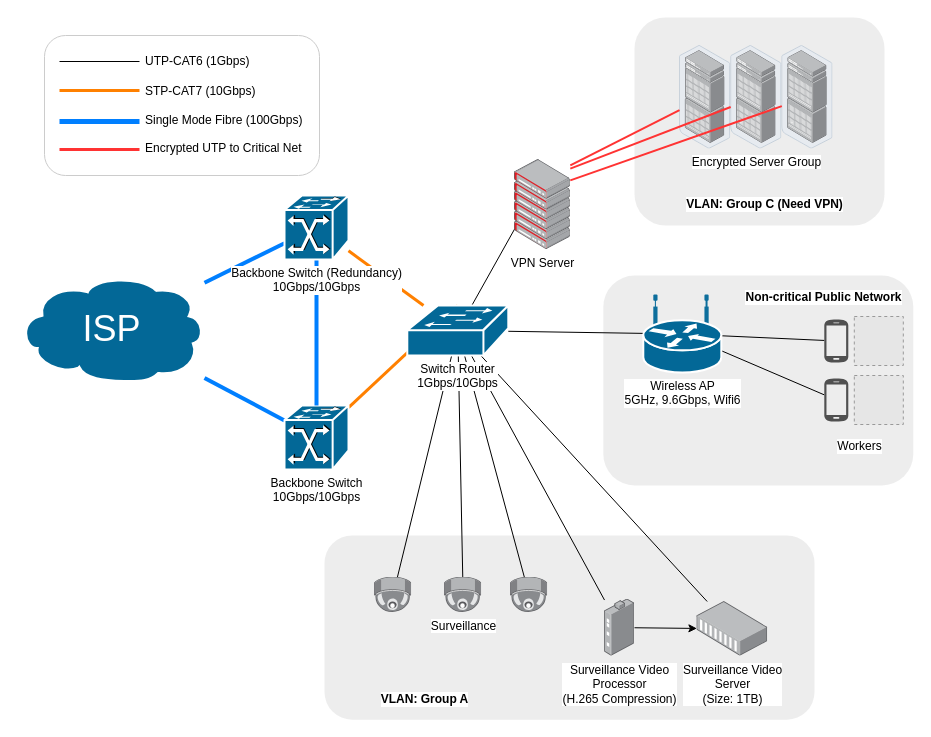
Before: page "Server Farm" (5 of 5) of Net_diagram/EE6223CA2.drawio in doem97/EE6223, a draw.io diagram. Source tidied: cells renumbered, new cells numbered last; positions are measured from the earlier drawing's top-left corner, leaving out a move shared by most shapes. Both pictures are drawn from the tidied source at 100%, with x=0, y=0 at pixel (18, 17). Pictures stored in the file or linked from it are replaced by grey dashed boxes.
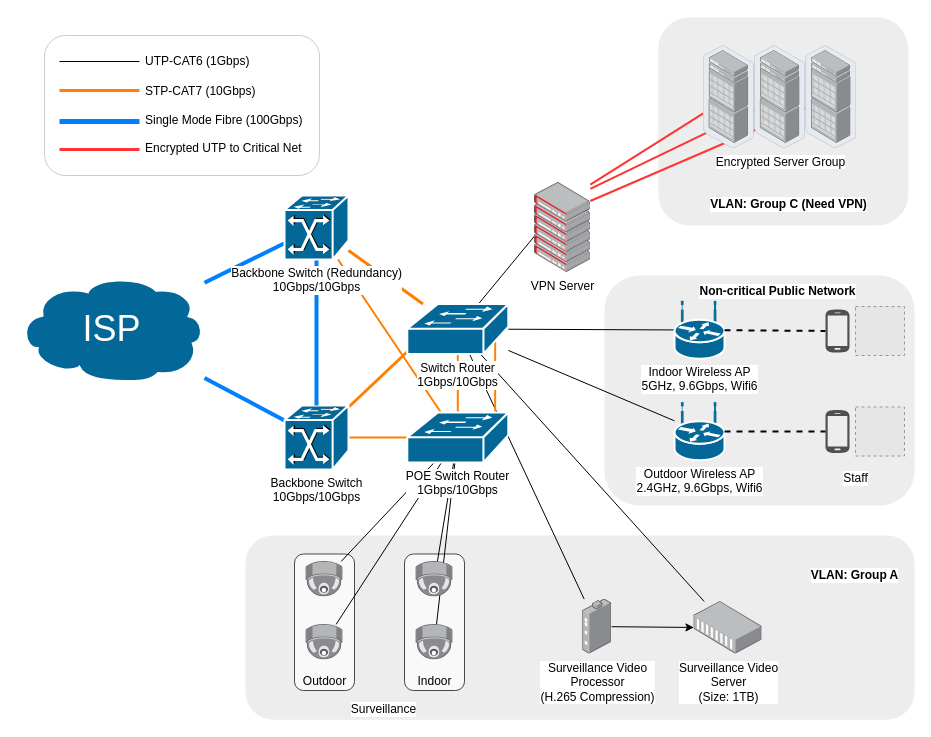
The same page after the edit.

Unchanged cells that the change refers to:
```xml
<mxCell id="17" value="Backbone Switch&lt;br&gt;10Gbps/10Gbps" style="shape=mxgraph.cisco.switches.atm_fast_gigabit_etherswitch;html=1;dashed=0;fillColor=#036897;strokeColor=#ffffff;strokeWidth=2;verticalLabelPosition=bottom;verticalAlign=top;align=center;outlineConnect=0;labelBackgroundColor=#ffffff;fontSize=12;fontColor=#000000;" parent="1" vertex="1">
  <mxGeometry x="266" y="388" width="64" height="64" as="geometry" />
</mxCell>
<mxCell id="23" value="Backbone Switch (Redundancy)&lt;br&gt;10Gbps/10Gbps" style="shape=mxgraph.cisco.switches.atm_fast_gigabit_etherswitch;html=1;dashed=0;fillColor=#036897;strokeColor=#ffffff;strokeWidth=2;verticalLabelPosition=bottom;verticalAlign=top;align=center;outlineConnect=0;labelBackgroundColor=#ffffff;fontSize=12;fontColor=#000000;" parent="1" vertex="1">
  <mxGeometry x="266" y="178" width="64" height="64" as="geometry" />
</mxCell>
```

What changed in the source:
```diff
@@
-    <mxCell id="2" style="rounded=1;whiteSpace=wrap;html=1;fontSize=12;fontColor=#000000;strokeColor=none;fillColor=#E6E6E6;opacity=70;" parent="1" vertex="1">
-      <mxGeometry x="584.8" y="258" width="310" height="210" as="geometry" />
-    </mxCell>
-    <mxCell id="3" style="edgeStyle=none;rounded=0;jettySize=auto;html=1;endArrow=none;endFill=0;fontSize=12;fontColor=#000000;" parent="1" edge="1" source="55" target="8">
-      <mxGeometry relative="1" as="geometry" />
-    </mxCell>
+    <mxCell id="25" style="rounded=1;whiteSpace=wrap;html=1;labelBackgroundColor=#ffffff;fillColor=#E6E6E6;fontSize=12;fontColor=#000000;opacity=70;strokeColor=none;" parent="1" vertex="1">
+      <mxGeometry x="227" y="518" width="669" height="184.2" as="geometry" />
+    </mxCell>
+    <mxCell id="66" style="rounded=1;whiteSpace=wrap;html=1;labelBackgroundColor=none;fontColor=#000000;opacity=70;" parent="1" vertex="1">
+      <mxGeometry x="386" y="536.5" width="60" height="136.5" as="geometry" />
+    </mxCell>
+    <mxCell id="67" style="rounded=1;whiteSpace=wrap;html=1;labelBackgroundColor=none;fontColor=#000000;opacity=70;" parent="1" vertex="1">
+      <mxGeometry x="276" y="536.5" width="60" height="136.5" as="geometry" />
+    </mxCell>
+    <mxCell id="68" style="rounded=1;whiteSpace=wrap;html=1;fontSize=12;fontColor=#000000;strokeColor=none;fillColor=#E6E6E6;opacity=70;" parent="1" vertex="1">
+      <mxGeometry x="586" y="258" width="310" height="230" as="geometry" />
+    </mxCell>
+    <mxCell id="43" style="rounded=1;whiteSpace=wrap;html=1;labelBackgroundColor=#ffffff;fillColor=#E6E6E6;fontSize=12;fontColor=#000000;opacity=70;strokeColor=none;" parent="1" vertex="1">
+      <mxGeometry x="639.8" width="250" height="208" as="geometry" />
+    </mxCell>
@@
-    <mxCell id="6" style="edgeStyle=none;rounded=0;jettySize=auto;html=1;endArrow=none;endFill=0;fontSize=12;fontColor=#000000;" parent="1" edge="1" source="8" target="10">
-      <mxGeometry relative="1" as="geometry" />
-    </mxCell>
-    <mxCell id="7" style="edgeStyle=none;rounded=0;jettySize=auto;html=1;endArrow=none;endFill=0;fontSize=12;fontColor=#000000;" parent="1" edge="1" source="8" target="14">
-      <mxGeometry relative="1" as="geometry" />
-    </mxCell>
-    <mxCell id="8" value="Wireless AP&lt;br&gt;5GHz, 9.6Gbps, Wifi6" style="shape=mxgraph.cisco.routers.wireless_router;html=1;dashed=0;fillColor=#036897;strokeColor=#ffffff;strokeWidth=2;verticalLabelPosition=bottom;verticalAlign=top;align=center;outlineConnect=0;labelBackgroundColor=#ffffff;fontSize=12;fontColor=#000000;" parent="1" vertex="1">
-      <mxGeometry x="624.8" y="278" width="78" height="77" as="geometry" />
-    </mxCell>
-    <mxCell id="9" style="group;" parent="1" vertex="1">
-      <mxGeometry x="805.8" y="299" width="79" height="140" as="geometry" />
-    </mxCell>
-    <mxCell id="10" style="shadow=0;dashed=0;html=1;strokeColor=none;fillColor=#505050;labelPosition=center;verticalLabelPosition=bottom;verticalAlign=top;outlineConnect=0;align=center;shape=mxgraph.office.devices.cell_phone_android_standalone;labelBackgroundColor=#ffffff;fontSize=12;fontColor=#000000;" parent="9" vertex="1">
-      <mxGeometry y="2.5" width="24" height="44" as="geometry" />
-    </mxCell>
-    <mxCell id="11" style="fillColor=#E6E6E6;strokeColor=#999999;dashed=1;html=1;verticalAlign=top;verticalLabelPosition=bottom;labelBackgroundColor=#ffffff;fontSize=12;fontColor=#000000;" parent="9" vertex="1">
-      <mxGeometry x="30" width="49" height="49" as="geometry" />
-    </mxCell>
-    <mxCell id="12" style="fillColor=#E6E6E6;strokeColor=#999999;dashed=1;html=1;verticalAlign=top;verticalLabelPosition=bottom;labelBackgroundColor=#ffffff;fontSize=12;fontColor=#000000;" parent="9" vertex="1">
-      <mxGeometry x="30" y="59" width="49" height="49" as="geometry" />
-    </mxCell>
-    <mxCell id="13" value="Workers" style="text;html=1;align=center;verticalAlign=middle;fontSize=12;fontColor=#000000;labelBackgroundColor=#ffffff;" parent="9" vertex="1">
-      <mxGeometry x="5" y="120" width="60" height="20" as="geometry" />
-    </mxCell>
-    <mxCell id="14" style="shadow=0;dashed=0;html=1;strokeColor=none;fillColor=#505050;labelPosition=center;verticalLabelPosition=bottom;verticalAlign=top;outlineConnect=0;align=center;shape=mxgraph.office.devices.cell_phone_android_standalone;labelBackgroundColor=#ffffff;fontSize=12;fontColor=#000000;" parent="9" vertex="1">
-      <mxGeometry y="61.5" width="24" height="44" as="geometry" />
-    </mxCell>
-    <mxCell id="15" value="Non-critical Public Network" style="text;html=1;align=center;verticalAlign=middle;fontSize=12;fontColor=#000000;labelBackgroundColor=#ffffff;fontStyle=1;" parent="1" vertex="1">
-      <mxGeometry x="719.8" y="270" width="170" height="20" as="geometry" />
-    </mxCell>
@@
+    <mxCell id="69" style="edgeStyle=none;rounded=0;jettySize=auto;html=1;endArrow=none;endFill=0;strokeColor=#FF8000;strokeWidth=2;fontColor=#000000;" parent="1" edge="1" source="17" target="79">
+      <mxGeometry relative="1" as="geometry" />
+    </mxCell>
@@
+    <mxCell id="70" style="edgeStyle=none;rounded=0;jettySize=auto;html=1;endArrow=none;endFill=0;strokeColor=#FF8000;strokeWidth=2;fontColor=#000000;" parent="1" edge="1" source="23" target="79">
+      <mxGeometry relative="1" as="geometry" />
+    </mxCell>
@@
-    <mxCell id="24" style="group;" parent="1" vertex="1">
-      <mxGeometry x="306" y="518" width="490" height="184.2" as="geometry" />
-    </mxCell>
-    <mxCell id="25" style="rounded=1;whiteSpace=wrap;html=1;labelBackgroundColor=#ffffff;fillColor=#E6E6E6;fontSize=12;fontColor=#000000;opacity=70;strokeColor=none;" parent="24" vertex="1">
-      <mxGeometry width="490" height="184.2" as="geometry" />
-    </mxCell>
-    <mxCell id="26" value="&lt;font style=&quot;background-color: rgb(255 , 255 , 255)&quot; size=&quot;1&quot;&gt;&lt;b style=&quot;font-size: 12px&quot;&gt;VLAN: Group A&lt;/b&gt;&lt;/font&gt;" style="text;html=1;align=center;verticalAlign=middle;fontSize=12;fontColor=#000000;labelBackgroundColor=#ffffff;" parent="24" vertex="1">
-      <mxGeometry x="50" y="153.6" width="100" height="20" as="geometry" />
-    </mxCell>
-    <mxCell id="27" value="Surveillance" style="points=[];html=1;align=center;shadow=0;dashed=0;image;image=img/lib/allied_telesis/security/Surveillance_Camera_Ceiling.svg;fontSize=12;fontColor=#000000;" parent="24" vertex="1">
-      <mxGeometry x="120" y="41.6" width="37.2" height="35.4" as="geometry" />
-    </mxCell>
-    <mxCell id="28" style="points=[];html=1;align=center;shadow=0;dashed=0;image;image=img/lib/allied_telesis/security/Surveillance_Camera_Ceiling.svg;fontSize=12;fontColor=#000000;" parent="24" vertex="1">
-      <mxGeometry x="50" y="41.6" width="37.2" height="35.4" as="geometry" />
-    </mxCell>
-    <mxCell id="29" style="points=[];html=1;align=center;shadow=0;dashed=0;image;image=img/lib/allied_telesis/security/Surveillance_Camera_Ceiling.svg;fontSize=12;fontColor=#000000;" parent="24" vertex="1">
-      <mxGeometry x="186" y="41.6" width="37.2" height="35.4" as="geometry" />
-    </mxCell>
-    <mxCell id="30" style="rounded=0;jettySize=auto;html=1;endArrow=classic;endFill=1;" parent="24" edge="1" source="31" target="32">
-      <mxGeometry relative="1" as="geometry" />
-    </mxCell>
-    <mxCell id="31" value="Surveillance Video&lt;br&gt;Processor&lt;br&gt;(H.265 Compression)" style="points=[];html=1;align=center;shadow=0;dashed=0;image;image=img/lib/allied_telesis/media_converters/Industrial_Media_Converter.svg;labelBackgroundColor=#ffffff;fillColor=#E6E6E6;fontSize=12;fontColor=#000000;" parent="24" vertex="1">
-      <mxGeometry x="280" y="63.6" width="30" height="57" as="geometry" />
-    </mxCell>
-    <mxCell id="32" value="Surveillance Video&lt;br&gt;Server&lt;br&gt;(Size: 1TB)" style="points=[];html=1;align=center;shadow=0;dashed=0;image;image=img/lib/allied_telesis/media_converters/Media_Converter_Modular.svg;labelBackgroundColor=#ffffff;fillColor=#E6E6E6;fontSize=12;fontColor=#000000;" parent="24" vertex="1">
-      <mxGeometry x="372.4" y="66" width="70.8" height="54.6" as="geometry" />
-    </mxCell>
@@
     <mxCell id="35" style="group;" parent="1" vertex="1">
-      <mxGeometry x="496" y="142.1" width="55.8" height="89.9" as="geometry" />
+      <mxGeometry x="516" y="165" width="55.8" height="89.9" as="geometry" />
     </mxCell>
@@
-    <mxCell id="42" style="group;" parent="1" vertex="1">
-      <mxGeometry x="616" width="250" height="208" as="geometry" />
-    </mxCell>
-    <mxCell id="43" style="rounded=1;whiteSpace=wrap;html=1;labelBackgroundColor=#ffffff;fillColor=#E6E6E6;fontSize=12;fontColor=#000000;opacity=70;strokeColor=none;" parent="42" vertex="1">
-      <mxGeometry width="250" height="208" as="geometry" />
-    </mxCell>
-    <mxCell id="44" style="points=[];html=1;align=center;shadow=0;dashed=0;image;image=img/lib/allied_telesis/storage/Datacenter_Server_Rack_EoR.svg;labelBackgroundColor=#ffffff;fontColor=#FF8000;" parent="42" vertex="1">
-      <mxGeometry x="147.3" y="28" width="51.2" height="103.4" as="geometry" />
-    </mxCell>
-    <mxCell id="45" value="&lt;b&gt;VLAN: Group C (Need VPN)&lt;/b&gt;" style="text;html=1;align=center;verticalAlign=middle;labelBackgroundColor=#ffffff;" parent="42" vertex="1">
-      <mxGeometry x="45" y="177" width="170" height="20" as="geometry" />
-    </mxCell>
-    <mxCell id="46" value="&lt;font color=&quot;#000000&quot;&gt;Encrypted Server Group&lt;/font&gt;" style="points=[];html=1;align=center;shadow=0;dashed=0;image;image=img/lib/allied_telesis/storage/Datacenter_Server_Rack_EoR.svg;labelBackgroundColor=#ffffff;fontColor=#FF8000;" parent="42" vertex="1">
-      <mxGeometry x="96.2" y="28" width="51.2" height="103.4" as="geometry" />
-    </mxCell>
-    <mxCell id="47" style="points=[];html=1;align=center;shadow=0;dashed=0;image;image=img/lib/allied_telesis/storage/Datacenter_Server_Rack_EoR.svg;labelBackgroundColor=#ffffff;fontColor=#FF8000;" parent="42" vertex="1">
-      <mxGeometry x="45" y="28" width="51.2" height="103.4" as="geometry" />
-    </mxCell>
@@
-    <mxCell id="52" style="rounded=0;jettySize=auto;html=1;endArrow=none;endFill=0;fontSize=12;fontColor=#000000;" parent="1" edge="1" source="55" target="29">
-      <mxGeometry relative="1" as="geometry" />
-    </mxCell>
-    <mxCell id="53" style="edgeStyle=none;rounded=0;jettySize=auto;html=1;endArrow=none;endFill=0;fontSize=12;fontColor=#000000;" parent="1" edge="1" source="55" target="28">
-      <mxGeometry relative="1" as="geometry" />
-    </mxCell>
-    <mxCell id="54" style="edgeStyle=none;rounded=0;jettySize=auto;html=1;endArrow=none;endFill=0;fontSize=12;fontColor=#000000;" parent="1" edge="1" source="55" target="27">
-      <mxGeometry relative="1" as="geometry" />
-    </mxCell>
+    <mxCell id="71" style="edgeStyle=none;rounded=0;jettySize=auto;html=1;exitX=0.5;exitY=0;exitDx=0;exitDy=0;exitPerimeter=0;entryX=0.5;entryY=0;entryDx=0;entryDy=0;entryPerimeter=0;endArrow=none;endFill=0;strokeColor=#FF8000;strokeWidth=2;fontColor=#000000;" parent="1" edge="1" source="55" target="79">
+      <mxGeometry relative="1" as="geometry" />
+    </mxCell>
+    <mxCell id="72" style="edgeStyle=none;rounded=0;jettySize=auto;html=1;entryX=0.87;entryY=0.74;entryDx=0;entryDy=0;entryPerimeter=0;endArrow=none;endFill=0;strokeColor=#FF8000;strokeWidth=2;fontColor=#000000;exitX=0.87;exitY=0.74;exitDx=0;exitDy=0;exitPerimeter=0;" parent="1" edge="1" source="55" target="79">
+      <mxGeometry relative="1" as="geometry" />
+    </mxCell>
+    <mxCell id="73" style="edgeStyle=none;rounded=0;jettySize=auto;html=1;endArrow=none;endFill=0;strokeColor=#000000;strokeWidth=1;fontColor=#000000;" parent="1" edge="1" source="55" target="80">
+      <mxGeometry relative="1" as="geometry" />
+    </mxCell>
+    <mxCell id="74" style="edgeStyle=none;rounded=0;jettySize=auto;html=1;endArrow=none;endFill=0;strokeColor=#000000;strokeWidth=1;fontColor=#000000;" parent="1" edge="1" source="55" target="85">
+      <mxGeometry relative="1" as="geometry" />
+    </mxCell>
     <mxCell id="55" value="Switch Router&lt;br&gt;1Gbps/10Gbps" style="shape=mxgraph.cisco.switches.workgroup_switch;html=1;dashed=0;fillColor=#036897;strokeColor=#ffffff;strokeWidth=2;verticalLabelPosition=bottom;verticalAlign=top;align=center;outlineConnect=0;labelBackgroundColor=#ffffff;" parent="1" vertex="1">
-      <mxGeometry x="388.8" y="288" width="101" height="50" as="geometry" />
+      <mxGeometry x="388.8" y="286.5" width="101" height="50" as="geometry" />
     </mxCell>
@@
+    <mxCell id="75" style="edgeStyle=none;rounded=0;jettySize=auto;html=1;endArrow=none;endFill=0;strokeColor=#000000;strokeWidth=1;fontColor=#000000;" parent="1" edge="1" source="79" target="90">
+      <mxGeometry relative="1" as="geometry" />
+    </mxCell>
+    <mxCell id="76" style="edgeStyle=none;rounded=0;jettySize=auto;html=1;endArrow=none;endFill=0;strokeColor=#000000;strokeWidth=1;fontColor=#000000;" parent="1" edge="1" source="79" target="89">
+      <mxGeometry relative="1" as="geometry" />
+    </mxCell>
+    <mxCell id="77" style="edgeStyle=none;rounded=0;jettySize=auto;html=1;endArrow=none;endFill=0;strokeColor=#000000;strokeWidth=1;fontColor=#000000;" parent="1" edge="1" source="79" target="92">
+      <mxGeometry relative="1" as="geometry" />
+    </mxCell>
+    <mxCell id="78" style="edgeStyle=none;rounded=0;jettySize=auto;html=1;endArrow=none;endFill=0;strokeColor=#000000;strokeWidth=1;fontColor=#000000;" parent="1" edge="1" source="79" target="93">
+      <mxGeometry relative="1" as="geometry" />
+    </mxCell>
+    <mxCell id="79" value="POE Switch Router&lt;br&gt;1Gbps/10Gbps" style="shape=mxgraph.cisco.switches.workgroup_switch;html=1;dashed=0;fillColor=#036897;strokeColor=#ffffff;strokeWidth=2;verticalLabelPosition=bottom;verticalAlign=top;align=center;outlineConnect=0;labelBackgroundColor=#ffffff;" parent="1" vertex="1">
+      <mxGeometry x="388.8" y="395" width="101" height="50" as="geometry" />
+    </mxCell>
+    <mxCell id="45" value="&lt;b&gt;VLAN: Group C (Need VPN)&lt;/b&gt;" style="text;html=1;align=center;verticalAlign=middle;labelBackgroundColor=#ffffff;" parent="1" vertex="1">
+      <mxGeometry x="684.8" y="177" width="170" height="20" as="geometry" />
+    </mxCell>
+    <mxCell id="44" style="points=[];html=1;align=center;shadow=0;dashed=0;image;image=img/lib/allied_telesis/storage/Datacenter_Server_Rack_EoR.svg;labelBackgroundColor=#ffffff;fontColor=#FF8000;" parent="1" vertex="1">
+      <mxGeometry x="787.1" y="28" width="51.2" height="103.4" as="geometry" />
+    </mxCell>
+    <mxCell id="46" value="&lt;font color=&quot;#000000&quot;&gt;Encrypted Server Group&lt;/font&gt;" style="points=[];html=1;align=center;shadow=0;dashed=0;image;image=img/lib/allied_telesis/storage/Datacenter_Server_Rack_EoR.svg;labelBackgroundColor=#ffffff;fontColor=#FF8000;" parent="1" vertex="1">
+      <mxGeometry x="736" y="28" width="51.2" height="103.4" as="geometry" />
+    </mxCell>
+    <mxCell id="47" style="points=[];html=1;align=center;shadow=0;dashed=0;image;image=img/lib/allied_telesis/storage/Datacenter_Server_Rack_EoR.svg;labelBackgroundColor=#ffffff;fontColor=#FF8000;" parent="1" vertex="1">
+      <mxGeometry x="684.8" y="28" width="51.2" height="103.4" as="geometry" />
+    </mxCell>
+    <mxCell id="80" value="Indoor Wireless AP&lt;br&gt;5GHz, 9.6Gbps, Wifi6" style="shape=mxgraph.cisco.routers.wireless_router;html=1;dashed=0;fillColor=#036897;strokeColor=#ffffff;strokeWidth=2;verticalLabelPosition=bottom;verticalAlign=top;align=center;outlineConnect=0;labelBackgroundColor=#ffffff;fontSize=12;fontColor=#000000;" parent="1" vertex="1">
+      <mxGeometry x="656" y="283.8" width="50" height="57.5" as="geometry" />
+    </mxCell>
+    <mxCell id="81" style="edgeStyle=none;rounded=0;jettySize=auto;html=1;endArrow=none;endFill=0;fontSize=12;fontColor=#000000;dashed=1;strokeWidth=2;" parent="1" edge="1" source="80" target="82">
+      <mxGeometry x="690" y="1127.5" as="geometry" />
+    </mxCell>
+    <mxCell id="15" value="Non-critical Public Network" style="text;html=1;align=center;verticalAlign=middle;fontSize=12;fontColor=#000000;labelBackgroundColor=#ffffff;fontStyle=1;" parent="1" vertex="1">
+      <mxGeometry x="673.5" y="263.5" width="170" height="20" as="geometry" />
+    </mxCell>
+    <mxCell id="82" style="shadow=0;dashed=0;html=1;strokeColor=none;fillColor=#505050;labelPosition=center;verticalLabelPosition=bottom;verticalAlign=top;outlineConnect=0;align=center;shape=mxgraph.office.devices.cell_phone_android_standalone;labelBackgroundColor=#ffffff;fontSize=12;fontColor=#000000;" parent="1" vertex="1">
+      <mxGeometry x="807" y="291.5" width="24" height="44" as="geometry" />
+    </mxCell>
+    <mxCell id="83" style="fillColor=#E6E6E6;strokeColor=#999999;dashed=1;html=1;verticalAlign=top;verticalLabelPosition=bottom;labelBackgroundColor=#ffffff;fontSize=12;fontColor=#000000;" parent="1" vertex="1">
+      <mxGeometry x="837" y="289" width="49" height="49" as="geometry" />
+    </mxCell>
+    <mxCell id="84" value="Staff" style="text;html=1;align=center;verticalAlign=middle;fontSize=12;fontColor=#000000;labelBackgroundColor=#ffffff;" parent="1" vertex="1">
+      <mxGeometry x="817" y="450.7" width="40" height="20" as="geometry" />
+    </mxCell>
+    <mxCell id="85" value="Outdoor Wireless AP&lt;br&gt;2.4GHz, 9.6Gbps, Wifi6" style="shape=mxgraph.cisco.routers.wireless_router;html=1;dashed=0;fillColor=#036897;strokeColor=#ffffff;strokeWidth=2;verticalLabelPosition=bottom;verticalAlign=top;align=center;outlineConnect=0;labelBackgroundColor=#ffffff;fontSize=12;fontColor=#000000;" parent="1" vertex="1">
+      <mxGeometry x="656" y="385.2" width="50" height="57.5" as="geometry" />
+    </mxCell>
+    <mxCell id="86" style="shadow=0;dashed=0;html=1;strokeColor=none;fillColor=#505050;labelPosition=center;verticalLabelPosition=bottom;verticalAlign=top;outlineConnect=0;align=center;shape=mxgraph.office.devices.cell_phone_android_standalone;labelBackgroundColor=#ffffff;fontSize=12;fontColor=#000000;" parent="1" vertex="1">
+      <mxGeometry x="807" y="392" width="24" height="44" as="geometry" />
+    </mxCell>
+    <mxCell id="87" style="edgeStyle=none;rounded=0;jettySize=auto;html=1;endArrow=none;endFill=0;strokeWidth=2;fontColor=#000000;dashed=1;" parent="1" edge="1" source="85" target="86">
+      <mxGeometry x="690" y="1130" as="geometry" />
+    </mxCell>
+    <mxCell id="88" style="fillColor=#E6E6E6;strokeColor=#999999;dashed=1;html=1;verticalAlign=top;verticalLabelPosition=bottom;labelBackgroundColor=#ffffff;fontSize=12;fontColor=#000000;" parent="1" vertex="1">
+      <mxGeometry x="837" y="389.5" width="49" height="49" as="geometry" />
+    </mxCell>
+    <mxCell id="26" value="&lt;font style=&quot;background-color: rgb(255 , 255 , 255)&quot; size=&quot;1&quot;&gt;&lt;b style=&quot;font-size: 12px&quot;&gt;VLAN: Group A&lt;/b&gt;&lt;/font&gt;" style="text;html=1;align=center;verticalAlign=middle;fontSize=12;fontColor=#000000;labelBackgroundColor=#ffffff;" parent="1" vertex="1">
+      <mxGeometry x="786" y="548" width="100" height="20" as="geometry" />
+    </mxCell>
+    <mxCell id="30" style="rounded=0;jettySize=auto;html=1;endArrow=classic;endFill=1;" parent="1" edge="1" source="31" target="32">
+      <mxGeometry x="331" y="1390" as="geometry" />
+    </mxCell>
+    <mxCell id="31" value="Surveillance Video&lt;br&gt;Processor&lt;br&gt;(H.265 Compression)" style="points=[];html=1;align=center;shadow=0;dashed=0;image;image=img/lib/allied_telesis/media_converters/Industrial_Media_Converter.svg;labelBackgroundColor=#ffffff;fillColor=#E6E6E6;fontSize=12;fontColor=#000000;" parent="1" vertex="1">
+      <mxGeometry x="564.1" y="581.6" width="28.9" height="54.9" as="geometry" />
+    </mxCell>
+    <mxCell id="32" value="Surveillance Video&lt;br&gt;Server&lt;br&gt;(Size: 1TB)" style="points=[];html=1;align=center;shadow=0;dashed=0;image;image=img/lib/allied_telesis/media_converters/Media_Converter_Modular.svg;labelBackgroundColor=#ffffff;fillColor=#E6E6E6;fontSize=12;fontColor=#000000;" parent="1" vertex="1">
+      <mxGeometry x="675.4" y="584" width="68.2" height="52.6" as="geometry" />
+    </mxCell>
+    <mxCell id="89" style="points=[];html=1;align=center;shadow=0;dashed=0;image;image=img/lib/allied_telesis/security/Surveillance_Camera_Ceiling.svg;fontSize=12;fontColor=#000000;" parent="1" vertex="1">
+      <mxGeometry x="287.4" y="607" width="37.2" height="35.4" as="geometry" />
+    </mxCell>
+    <mxCell id="90" style="points=[];html=1;align=center;shadow=0;dashed=0;image;image=img/lib/allied_telesis/security/Surveillance_Camera_Ceiling.svg;fontSize=12;fontColor=#000000;" parent="1" vertex="1">
+      <mxGeometry x="287.4" y="544" width="37.2" height="35.4" as="geometry" />
+    </mxCell>
+    <mxCell id="91" value="Outdoor" style="text;html=1;align=center;verticalAlign=middle;fontColor=#000000;" parent="1" vertex="1">
+      <mxGeometry x="276" y="654" width="60" height="20" as="geometry" />
+    </mxCell>
+    <mxCell id="27" value="Surveillance" style="text;html=1;align=center;verticalAlign=middle;points=[];fontColor=#000000;labelBackgroundColor=#ffffff;" parent="1" vertex="1">
+      <mxGeometry x="324.6" y="682.2" width="80" height="20" as="geometry" />
+    </mxCell>
+    <mxCell id="92" style="points=[];html=1;align=center;shadow=0;dashed=0;image;image=img/lib/allied_telesis/security/Surveillance_Camera_Ceiling.svg;fontSize=12;fontColor=#000000;" parent="1" vertex="1">
+      <mxGeometry x="397.4" y="544" width="37.2" height="35.4" as="geometry" />
+    </mxCell>
+    <mxCell id="93" style="points=[];html=1;align=center;shadow=0;dashed=0;image;image=img/lib/allied_telesis/security/Surveillance_Camera_Ceiling.svg;fontSize=12;fontColor=#000000;" parent="1" vertex="1">
+      <mxGeometry x="397.4" y="607" width="37.2" height="35.4" as="geometry" />
+    </mxCell>
+    <mxCell id="94" value="Indoor" style="text;html=1;align=center;verticalAlign=middle;fontColor=#000000;" parent="1" vertex="1">
+      <mxGeometry x="391" y="654" width="50" height="20" as="geometry" />
+    </mxCell>
```
